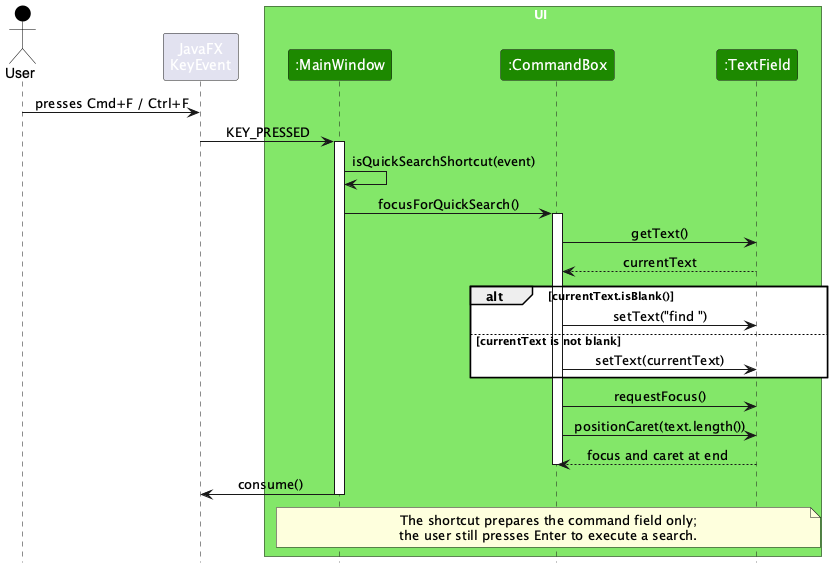
Above: docs/images/QuickSearchShortcutSequenceDiagram.png in AY2627S1-CS2103T-T12-3/tp (PlantUML), before the change.
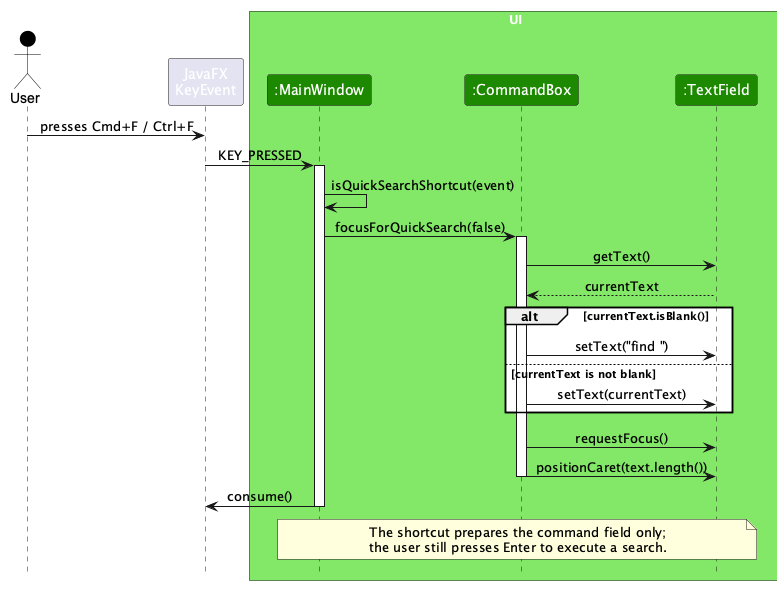
Above is the later version.

Change to the diagram source:
```diff
@@ -15,7 +15,7 @@
 KeyEvent -> MainWindow : KEY_PRESSED
 activate MainWindow
 MainWindow -> MainWindow : isQuickSearchShortcut(event)
-MainWindow -> CommandBox : focusForQuickSearch()
+MainWindow -> CommandBox : focusForQuickSearch(false)
 activate CommandBox
 CommandBox -> TextField : getText()
 TextField --> CommandBox : currentText
@@ -28,7 +28,6 @@
 
 CommandBox -> TextField : requestFocus()
 CommandBox -> TextField : positionCaret(text.length())
-TextField --> CommandBox : focus and caret at end
 deactivate CommandBox
 MainWindow -> KeyEvent : consume()
 deactivate MainWindow
```
